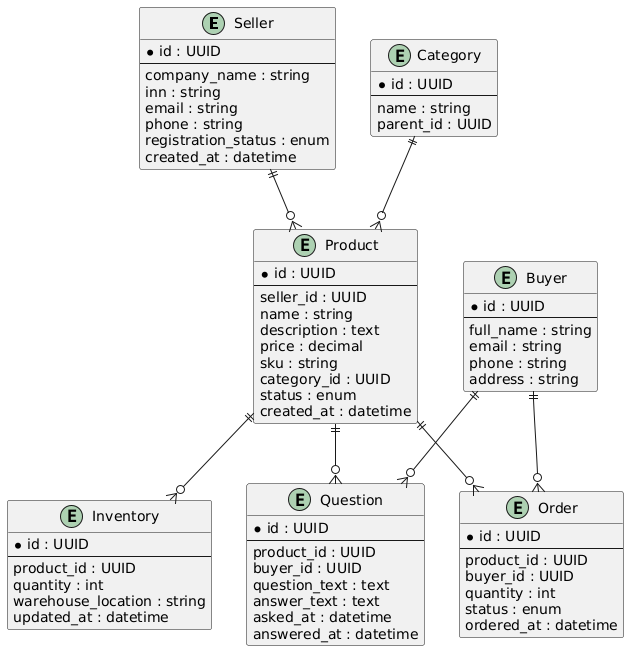
Before: data-model/db.png, a diagram exported from PlantUML (Hilski/practice_ba). The source it was exported from:
```plantuml
@startuml

entity "Seller" {
  * id : UUID
  --
  company_name : string
  inn : string
  email : string
  phone : string
  registration_status : enum
  created_at : datetime
}

entity "Product" {
  * id : UUID
  --
  seller_id : UUID
  name : string
  description : text
  price : decimal
  sku : string
  category_id : UUID
  status : enum
  created_at : datetime
}

entity "Inventory" {
  * id : UUID
  --
  product_id : UUID
  quantity : int
  warehouse_location : string
  updated_at : datetime
}

entity "Order" {
  * id : UUID
  --
  product_id : UUID
  buyer_id : UUID
  quantity : int
  status : enum
  ordered_at : datetime
}

entity "Buyer" {
  * id : UUID
  --
  full_name : string
  email : string
  phone : string
  address : string
}

entity "Question" {
  * id : UUID
  --
  product_id : UUID
  buyer_id : UUID
  question_text : text
  answer_text : text
  asked_at : datetime
  answered_at : datetime
}

entity "Category" {
  * id : UUID
  --
  name : string
  parent_id : UUID
}

Seller ||--o{ Product
Product ||--o{ Inventory
Product ||--o{ Order
Product ||--o{ Question
Buyer ||--o{ Order
Buyer ||--o{ Question
Category ||--o{ Product
@enduml
```
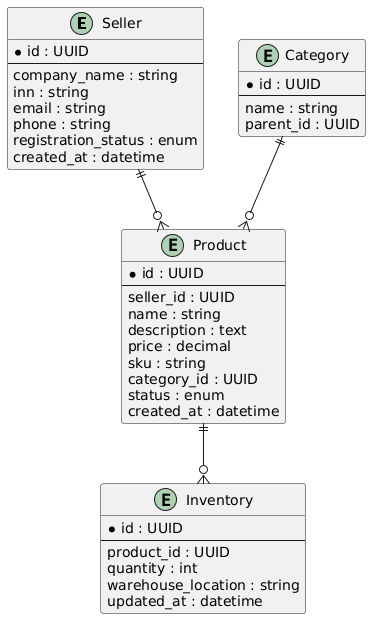
The same file after the commit.

Diff of the diagram source:
```diff
@@ -1,5 +1,4 @@
 @startuml
-
 entity "Seller" {
   * id : UUID
   --
@@ -9,6 +8,13 @@
   phone : string
   registration_status : enum
   created_at : datetime
+}
+
+entity "Category" {
+  * id : UUID
+  --
+  name : string
+  parent_id : UUID
 }
 
 entity "Product" {
@@ -33,48 +39,7 @@
   updated_at : datetime
 }
 
-entity "Order" {
-  * id : UUID
-  --
-  product_id : UUID
-  buyer_id : UUID
-  quantity : int
-  status : enum
-  ordered_at : datetime
-}
-
-entity "Buyer" {
-  * id : UUID
-  --
-  full_name : string
-  email : string
-  phone : string
-  address : string
-}
-
-entity "Question" {
-  * id : UUID
-  --
-  product_id : UUID
-  buyer_id : UUID
-  question_text : text
-  answer_text : text
-  asked_at : datetime
-  answered_at : datetime
-}
-
-entity "Category" {
-  * id : UUID
-  --
-  name : string
-  parent_id : UUID
-}
-
 Seller ||--o{ Product
+Category ||--o{ Product
 Product ||--o{ Inventory
-Product ||--o{ Order
-Product ||--o{ Question
-Buyer ||--o{ Order
-Buyer ||--o{ Question
-Category ||--o{ Product
 @enduml
```
